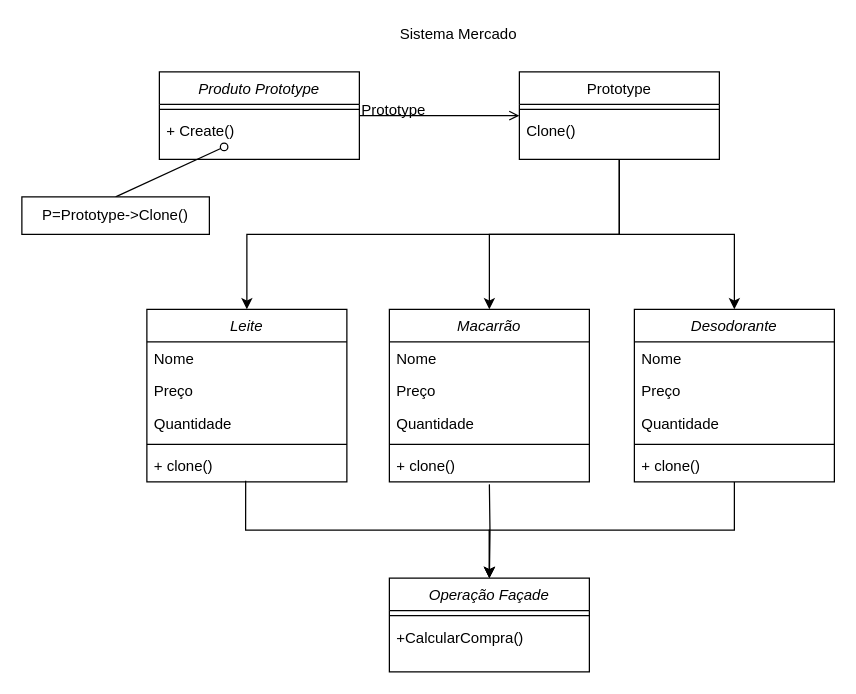
This is page "Page-2" (2 of 2) of Untitled Diagram.drawio from MatheusSantosDev/diagramas-UML, a draw.io file, before an edit. Source tidied: cells renumbered, new cells numbered last; positions are measured from the earlier drawing's top-left corner, leaving out a move shared by most shapes. Both pictures are drawn from the tidied source at 125%, with x=0, y=0 at pixel (21, 21).
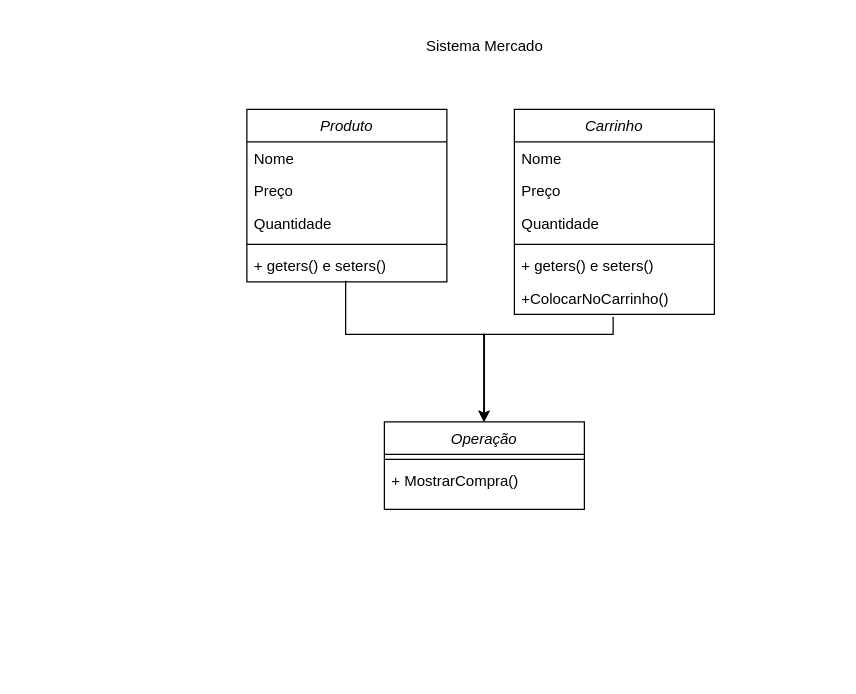
After the change.

Diff of the diagram source:
```diff
@@
-    <mxCell id="2" value="Produto Prototype" style="swimlane;fontStyle=2;align=center;verticalAlign=top;horizontal=1;startSize=26;rounded=0;shadow=0;strokeWidth=1;" parent="1" vertex="1">
-      <mxGeometry x="110" y="40" width="160" height="70" as="geometry" />
-    </mxCell>
-    <mxCell id="3" style="line;html=1;strokeWidth=1;align=left;verticalAlign=middle;spacingTop=-1;spacingLeft=3;spacingRight=3;labelPosition=right;" parent="2" vertex="1">
-      <mxGeometry y="26" width="160" height="8" as="geometry" />
-    </mxCell>
-    <mxCell id="4" value="+ Create()" style="text;align=left;verticalAlign=top;spacingLeft=4;spacingRight=4;overflow=hidden;points=[[0,0.5],[1,0.5]];portConstraint=eastwest;" parent="2" vertex="1">
-      <mxGeometry y="34" width="160" height="26" as="geometry" />
-    </mxCell>
-    <mxCell id="5" style="rounded=0;jettySize=auto;html=1;exitX=0.5;exitY=0;exitDx=0;exitDy=0;startArrow=none;endArrow=oval;endFill=0;startFill=0;" parent="1" edge="1" source="38" target="4">
-      <mxGeometry relative="1" as="geometry" />
-    </mxCell>
-    <mxCell id="6" style="edgeStyle=orthogonalEdgeStyle;rounded=0;jettySize=auto;html=1;exitX=0.5;exitY=1;exitDx=0;exitDy=0;startArrow=none;startFill=0;endArrow=classic;endFill=1;" parent="1" edge="1" source="9" target="32">
-      <mxGeometry relative="1" as="geometry" />
-    </mxCell>
-    <mxCell id="7" style="edgeStyle=orthogonalEdgeStyle;rounded=0;jettySize=auto;html=1;exitX=0.5;exitY=1;exitDx=0;exitDy=0;startArrow=none;startFill=0;endArrow=classic;endFill=1;entryX=0.5;entryY=0;entryDx=0;entryDy=0;" parent="1" edge="1" source="9" target="26">
-      <mxGeometry relative="1" as="geometry" />
-    </mxCell>
-    <mxCell id="8" style="edgeStyle=orthogonalEdgeStyle;rounded=0;jettySize=auto;html=1;exitX=0.5;exitY=1;exitDx=0;exitDy=0;entryX=0.5;entryY=0;entryDx=0;entryDy=0;startArrow=none;startFill=0;endArrow=classic;endFill=1;" parent="1" edge="1" source="9" target="17">
-      <mxGeometry relative="1" as="geometry" />
-    </mxCell>
-    <mxCell id="9" value="Prototype" style="swimlane;fontStyle=0;align=center;verticalAlign=top;horizontal=1;startSize=26;rounded=0;shadow=0;strokeWidth=1;" parent="1" vertex="1">
-      <mxGeometry x="398" y="40" width="160" height="70" as="geometry" />
-    </mxCell>
-    <mxCell id="10" style="line;html=1;strokeWidth=1;align=left;verticalAlign=middle;spacingTop=-1;spacingLeft=3;spacingRight=3;labelPosition=right;" parent="9" vertex="1">
-      <mxGeometry y="26" width="160" height="8" as="geometry" />
-    </mxCell>
-    <mxCell id="11" value="Clone()" style="text;align=left;verticalAlign=top;spacingLeft=4;spacingRight=4;overflow=hidden;" parent="9" vertex="1">
-      <mxGeometry y="34" width="160" height="26" as="geometry" />
-    </mxCell>
-    <mxCell id="12" style="endArrow=open;shadow=0;strokeWidth=1;rounded=0;endFill=1;edgeStyle=elbowEdgeStyle;elbow=vertical;" parent="1" edge="1" source="2" target="9">
-      <mxGeometry x="0.5" y="41" relative="1" as="geometry">
-        <mxPoint x="-40" y="32" as="offset" />
-      </mxGeometry>
-    </mxCell>
-    <mxCell id="13" value="Prototype" style="align=left;verticalAlign=bottom;labelBackgroundColor=none;fontSize=12;" parent="12" vertex="1">
-      <mxGeometry x="-1" relative="1" as="geometry">
-        <mxPoint y="4" as="offset" />
-      </mxGeometry>
-    </mxCell>
-    <mxCell id="14" style="edgeStyle=orthogonalEdgeStyle;rounded=0;jettySize=auto;html=1;exitX=0.494;exitY=0.962;exitDx=0;exitDy=0;entryX=0.5;entryY=0;entryDx=0;entryDy=0;startArrow=none;startFill=0;endArrow=classic;endFill=1;exitPerimeter=0;" parent="1" edge="1" source="37" target="23">
-      <mxGeometry relative="1" as="geometry" />
+    <mxCell id="14" style="edgeStyle=orthogonalEdgeStyle;rounded=0;jettySize=auto;html=1;exitX=0.494;exitY=0.962;exitDx=0;exitDy=0;entryX=0.5;entryY=0;entryDx=0;entryDy=0;startArrow=none;startFill=0;endArrow=classic;endFill=1;exitPerimeter=0;" parent="1" edge="1" source="37" target="41">
+      <mxGeometry relative="1" as="geometry">
+        <Array as="points">
+          <mxPoint x="259" y="250" />
+          <mxPoint x="370" y="250" />
+        </Array>
+      </mxGeometry>
     </mxCell>
-    <mxCell id="15" style="edgeStyle=orthogonalEdgeStyle;rounded=0;jettySize=auto;html=1;startArrow=none;startFill=0;endArrow=classic;endFill=1;entryX=0.5;entryY=0;entryDx=0;entryDy=0;" parent="1" edge="1" target="23">
-      <mxGeometry relative="1" as="geometry">
-        <mxPoint x="374" y="370" as="sourcePoint" />
-      </mxGeometry>
-    </mxCell>
-    <mxCell id="16" style="edgeStyle=orthogonalEdgeStyle;rounded=0;jettySize=auto;html=1;exitX=0.5;exitY=1;exitDx=0;exitDy=0;entryX=0.5;entryY=0;entryDx=0;entryDy=0;startArrow=none;startFill=0;endArrow=classic;endFill=1;" parent="1" edge="1" source="17" target="23">
-      <mxGeometry relative="1" as="geometry" />
-    </mxCell>
-    <mxCell id="17" value="Desodorante" style="swimlane;fontStyle=2;align=center;verticalAlign=top;horizontal=1;startSize=26;rounded=0;shadow=0;strokeWidth=1;" parent="1" vertex="1">
-      <mxGeometry x="490" y="230" width="160" height="138" as="geometry" />
-    </mxCell>
-    <mxCell id="18" value="Nome" style="text;align=left;verticalAlign=top;spacingLeft=4;spacingRight=4;overflow=hidden;" parent="17" vertex="1">
-      <mxGeometry y="26" width="160" height="26" as="geometry" />
-    </mxCell>
-    <mxCell id="19" value="Preço&#10;" style="text;align=left;verticalAlign=top;spacingLeft=4;spacingRight=4;overflow=hidden;rounded=0;shadow=0;html=0;" parent="17" vertex="1">
-      <mxGeometry y="52" width="160" height="26" as="geometry" />
-    </mxCell>
-    <mxCell id="20" value="Quantidade" style="text;align=left;verticalAlign=top;spacingLeft=4;spacingRight=4;overflow=hidden;rounded=0;shadow=0;html=0;" parent="17" vertex="1">
-      <mxGeometry y="78" width="160" height="26" as="geometry" />
-    </mxCell>
-    <mxCell id="21" style="line;html=1;strokeWidth=1;align=left;verticalAlign=middle;spacingTop=-1;spacingLeft=3;spacingRight=3;labelPosition=right;" parent="17" vertex="1">
-      <mxGeometry y="104" width="160" height="8" as="geometry" />
-    </mxCell>
-    <mxCell id="22" value="+ clone()" style="text;align=left;verticalAlign=top;spacingLeft=4;spacingRight=4;overflow=hidden;" parent="17" vertex="1">
-      <mxGeometry y="112" width="160" height="26" as="geometry" />
-    </mxCell>
-    <mxCell id="23" value="Operação Façade" style="swimlane;fontStyle=2;align=center;verticalAlign=top;horizontal=1;startSize=26;rounded=0;shadow=0;strokeWidth=1;" parent="1" vertex="1">
-      <mxGeometry x="294" y="445" width="160" height="75" as="geometry" />
-    </mxCell>
-    <mxCell id="24" style="line;html=1;strokeWidth=1;align=left;verticalAlign=middle;spacingTop=-1;spacingLeft=3;spacingRight=3;labelPosition=right;" parent="23" vertex="1">
-      <mxGeometry y="26" width="160" height="8" as="geometry" />
-    </mxCell>
-    <mxCell id="25" value="+CalcularCompra()" style="text;align=left;verticalAlign=top;spacingLeft=4;spacingRight=4;overflow=hidden;" parent="23" vertex="1">
-      <mxGeometry y="34" width="160" height="34" as="geometry" />
-    </mxCell>
-    <mxCell id="26" value="Macarrão" style="swimlane;fontStyle=2;align=center;verticalAlign=top;horizontal=1;startSize=26;rounded=0;shadow=0;strokeWidth=1;" parent="1" vertex="1">
-      <mxGeometry x="294" y="230" width="160" height="138" as="geometry" />
+    <mxCell id="26" value="Carrinho" style="swimlane;fontStyle=2;align=center;verticalAlign=top;horizontal=1;startSize=26;rounded=0;shadow=0;strokeWidth=1;" parent="1" vertex="1">
+      <mxGeometry x="394" y="70" width="160" height="164" as="geometry" />
     </mxCell>
@@
-    <mxCell id="31" value="+ clone()" style="text;align=left;verticalAlign=top;spacingLeft=4;spacingRight=4;overflow=hidden;" parent="26" vertex="1">
+    <mxCell id="31" value="+ geters() e seters()" style="text;align=left;verticalAlign=top;spacingLeft=4;spacingRight=4;overflow=hidden;" parent="26" vertex="1">
       <mxGeometry y="112" width="160" height="26" as="geometry" />
     </mxCell>
+    <mxCell id="40" value="+ColocarNoCarrinho()" style="text;align=left;verticalAlign=top;spacingLeft=4;spacingRight=4;overflow=hidden;points=[[0,0.5],[1,0.5]];portConstraint=eastwest;" parent="26" vertex="1">
+      <mxGeometry y="138" width="160" height="26" as="geometry" />
+    </mxCell>
-    <mxCell id="32" value="Leite" style="swimlane;fontStyle=2;align=center;verticalAlign=top;horizontal=1;startSize=26;rounded=0;shadow=0;strokeWidth=1;" parent="1" vertex="1">
-      <mxGeometry x="100" y="230" width="160" height="138" as="geometry" />
+    <mxCell id="32" value="Produto" style="swimlane;fontStyle=2;align=center;verticalAlign=top;horizontal=1;startSize=26;rounded=0;shadow=0;strokeWidth=1;" parent="1" vertex="1">
+      <mxGeometry x="180" y="70" width="160" height="138" as="geometry" />
     </mxCell>
@@
-    <mxCell id="37" value="+ clone()" style="text;align=left;verticalAlign=top;spacingLeft=4;spacingRight=4;overflow=hidden;points=[[0,0.5],[1,0.5]];portConstraint=eastwest;" parent="32" vertex="1">
+    <mxCell id="37" value="+ geters() e seters()" style="text;align=left;verticalAlign=top;spacingLeft=4;spacingRight=4;overflow=hidden;points=[[0,0.5],[1,0.5]];portConstraint=eastwest;" parent="32" vertex="1">
       <mxGeometry y="112" width="160" height="26" as="geometry" />
     </mxCell>
-    <mxCell id="38" value="P=Prototype-&amp;gt;Clone()" style="rounded=0;whiteSpace=wrap;html=1;" parent="1" vertex="1">
-      <mxGeometry y="140" width="150" height="30" as="geometry" />
-    </mxCell>
     <mxCell id="39" value="Sistema Mercado" style="text;html=1;align=center;verticalAlign=middle;" parent="1" vertex="1">
-      <mxGeometry x="294" width="110" height="20" as="geometry" />
+      <mxGeometry x="315" y="10" width="110" height="20" as="geometry" />
     </mxCell>
+    <mxCell id="41" value="Operação" style="swimlane;fontStyle=2;align=center;verticalAlign=top;horizontal=1;startSize=26;rounded=0;shadow=0;strokeWidth=1;" parent="1" vertex="1">
+      <mxGeometry x="290" y="320" width="160" height="70" as="geometry" />
+    </mxCell>
+    <mxCell id="42" style="line;html=1;strokeWidth=1;align=left;verticalAlign=middle;spacingTop=-1;spacingLeft=3;spacingRight=3;labelPosition=right;" parent="41" vertex="1">
+      <mxGeometry y="26" width="160" height="8" as="geometry" />
+    </mxCell>
+    <mxCell id="43" value="+ MostrarCompra()" style="text;align=left;verticalAlign=top;spacingLeft=4;spacingRight=4;overflow=hidden;" parent="41" vertex="1">
+      <mxGeometry y="34" width="160" height="26" as="geometry" />
+    </mxCell>
+    <mxCell id="15" style="edgeStyle=orthogonalEdgeStyle;rounded=0;jettySize=auto;html=1;startArrow=none;startFill=0;endArrow=classic;endFill=1;entryX=0.5;entryY=0;entryDx=0;entryDy=0;exitX=0.494;exitY=1.077;exitDx=0;exitDy=0;exitPerimeter=0;" parent="41" edge="1" source="40">
+      <mxGeometry relative="1" as="geometry">
+        <mxPoint x="79.5" as="targetPoint" />
+        <Array as="points">
+          <mxPoint x="183" y="-70" />
+          <mxPoint x="80" y="-70" />
+        </Array>
+      </mxGeometry>
+    </mxCell>
```
